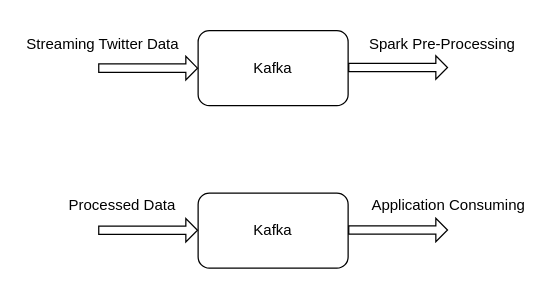
Above: Scalable.drawio in lzy00codeforfun/Streaming_Analysis (draw.io), before the change. Source tidied: cells renumbered, new cells numbered last; positions are measured from the earlier drawing's top-left corner, leaving out a move shared by most shapes. Both pictures are drawn from the tidied source at 125%, with x=0, y=0 at pixel (21, 25).
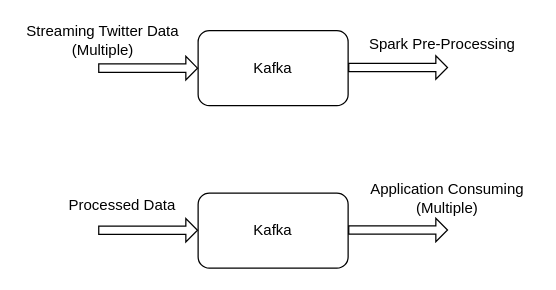
After the change.

Diff of the diagram source:
```diff
@@
 <mxGraphModel>
   <root>
     <mxCell id="0" />
     <mxCell id="1" parent="0" />
     <mxCell id="2" value="Kafka" style="rounded=1;whiteSpace=wrap;html=1;" parent="1" vertex="1">
       <mxGeometry x="141" y="4" width="120" height="60" as="geometry" />
     </mxCell>
     <mxCell id="3" style="shape=flexArrow;endArrow=classic;html=1;rounded=0;entryX=0;entryY=0.5;entryDx=0;entryDy=0;endWidth=11.111111111111112;endSize=2.776666666666667;width=6.666666666666667;" parent="1" edge="1" target="2">
       <mxGeometry relative="1" as="geometry">
         <mxPoint x="61" y="34" as="sourcePoint" />
       </mxGeometry>
     </mxCell>
     <mxCell id="4" style="shape=flexArrow;endArrow=classic;html=1;rounded=0;entryX=0;entryY=0.5;entryDx=0;entryDy=0;endWidth=11.111111111111112;endSize=2.776666666666667;width=6.666666666666667;" parent="1" edge="1">
       <mxGeometry relative="1" as="geometry">
         <mxPoint x="261" y="33.5" as="sourcePoint" />
         <mxPoint x="341" y="33.5" as="targetPoint" />
       </mxGeometry>
     </mxCell>
-    <mxCell id="5" value="Streaming Twitter Data" style="text;html=1;strokeColor=none;fillColor=none;align=center;verticalAlign=middle;whiteSpace=wrap;rounded=0;" parent="1" vertex="1">
-      <mxGeometry width="130" height="30" as="geometry" />
+    <mxCell id="5" value="Streaming Twitter Data&lt;br&gt;(Multiple)" style="text;html=1;strokeColor=none;fillColor=none;align=center;verticalAlign=middle;whiteSpace=wrap;rounded=0;" parent="1" vertex="1">
+      <mxGeometry y="-3" width="130" height="30" as="geometry" />
     </mxCell>
     <mxCell id="6" value="Spark Pre-Processing" style="text;html=1;align=center;verticalAlign=middle;strokeColor=none;fillColor=none;" parent="1" vertex="1">
       <mxGeometry x="271" y="5" width="130" height="20" as="geometry" />
     </mxCell>
     <mxCell id="7" value="Kafka" style="rounded=1;whiteSpace=wrap;html=1;" parent="1" vertex="1">
       <mxGeometry x="141" y="134" width="120" height="60" as="geometry" />
     </mxCell>
     <mxCell id="8" style="shape=flexArrow;endArrow=classic;html=1;rounded=0;entryX=0;entryY=0.5;entryDx=0;entryDy=0;endWidth=11.111111111111112;endSize=2.776666666666667;width=6.666666666666667;" parent="1" edge="1">
       <mxGeometry relative="1" as="geometry">
         <mxPoint x="61" y="163.7" as="sourcePoint" />
         <mxPoint x="141" y="163.7" as="targetPoint" />
       </mxGeometry>
     </mxCell>
     <mxCell id="9" value="Processed Data" style="text;html=1;align=center;verticalAlign=middle;strokeColor=none;fillColor=none;" parent="1" vertex="1">
       <mxGeometry x="30" y="134" width="100" height="20" as="geometry" />
     </mxCell>
     <mxCell id="10" style="shape=flexArrow;endArrow=classic;html=1;rounded=0;entryX=0;entryY=0.5;entryDx=0;entryDy=0;endWidth=11.111111111111112;endSize=2.776666666666667;width=6.666666666666667;" parent="1" edge="1">
       <mxGeometry relative="1" as="geometry">
         <mxPoint x="261" y="163.5" as="sourcePoint" />
         <mxPoint x="341" y="163.5" as="targetPoint" />
       </mxGeometry>
     </mxCell>
-    <mxCell id="11" value="Application Consuming" style="text;html=1;align=center;verticalAlign=middle;strokeColor=none;fillColor=none;" parent="1" vertex="1">
-      <mxGeometry x="271" y="134" width="140" height="20" as="geometry" />
+    <mxCell id="11" value="Application Consuming&lt;br&gt;(Multiple)" style="text;html=1;align=center;verticalAlign=middle;strokeColor=none;fillColor=none;" parent="1" vertex="1">
+      <mxGeometry x="270" y="123" width="140" height="30" as="geometry" />
     </mxCell>
   </root>
 </mxGraphModel>
```
